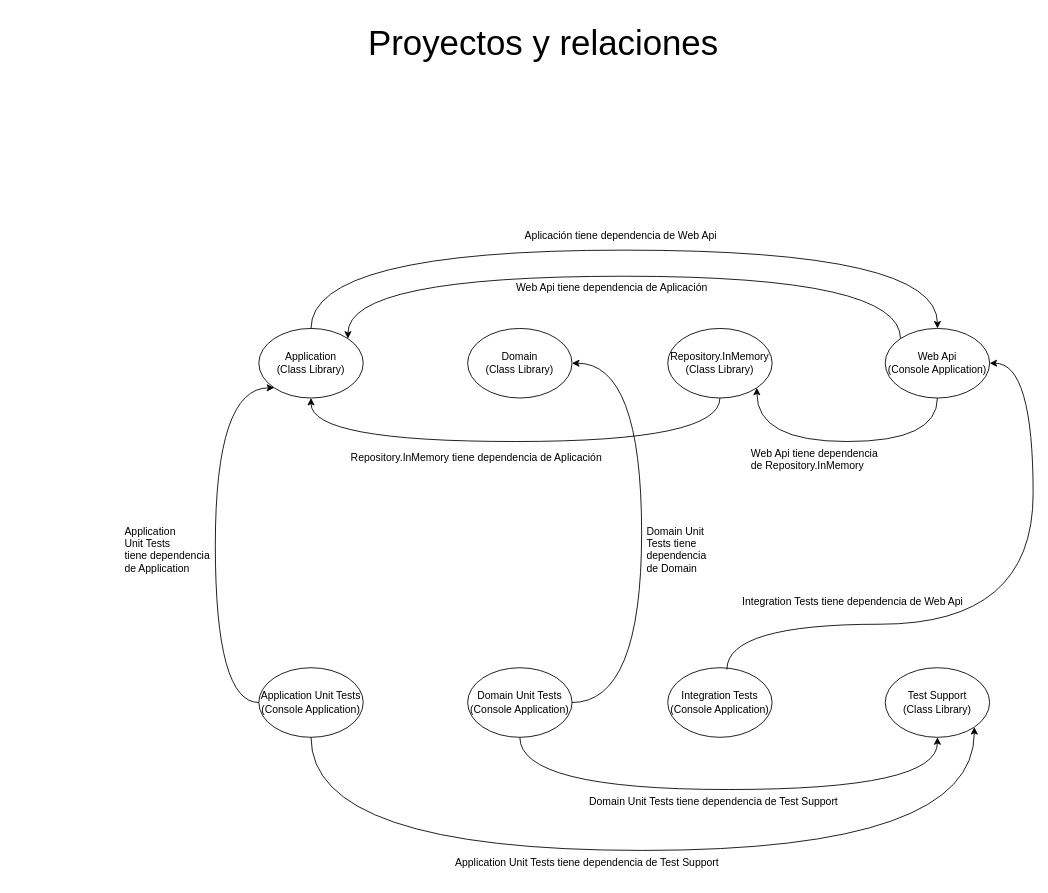
Before: diagrama_proyecto_ef_soccer.drawio in dawnrock/diagrams, a draw.io diagram. Source tidied: cells renumbered, new cells numbered last; positions are measured from the earlier drawing's top-left corner, leaving out a move shared by most shapes. Both pictures are drawn from the tidied source at 87%, with x=0, y=0 at pixel (119, 15).
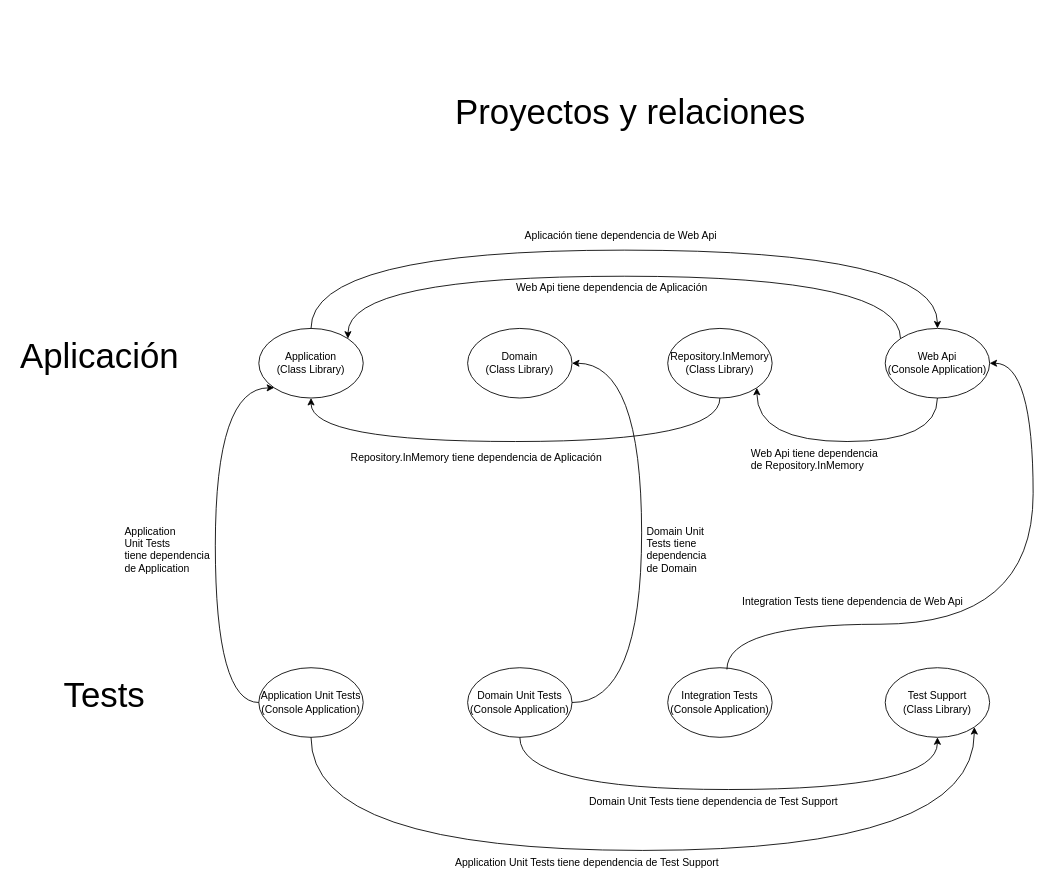
After the change.

The edit, as a diff of the source:
```diff
@@
     <mxCell id="28" value="Proyectos y relaciones" style="text;strokeColor=none;fillColor=none;spacingLeft=4;spacingRight=4;overflow=hidden;fontSize=40;" parent="1" vertex="1">
-      <mxGeometry x="280" width="540" height="110" as="geometry" />
+      <mxGeometry x="380" y="80" width="420" height="110" as="geometry" />
     </mxCell>
+    <mxCell id="29" value="Aplicación" style="text;strokeColor=none;fillColor=none;spacingLeft=4;spacingRight=4;overflow=hidden;fontSize=40;" parent="1" vertex="1">
+      <mxGeometry x="-120" y="360" width="210" height="110" as="geometry" />
+    </mxCell>
+    <mxCell id="30" value="Tests" style="text;strokeColor=none;fillColor=none;spacingLeft=4;spacingRight=4;overflow=hidden;fontSize=40;" parent="1" vertex="1">
+      <mxGeometry x="-70" y="750" width="210" height="110" as="geometry" />
+    </mxCell>
```
